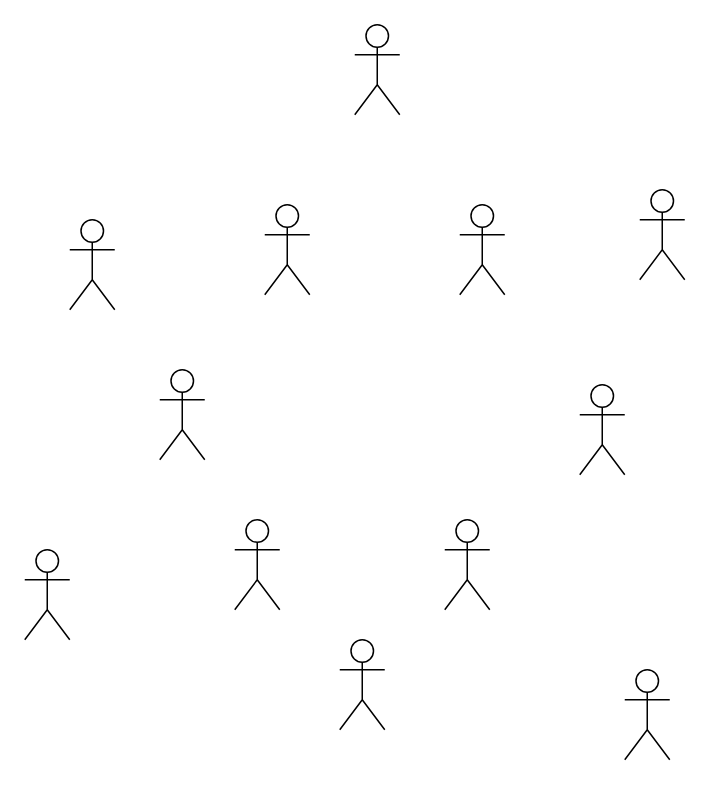
This is ethereum-research/consensus/consensus itself/blockchain context.drawio from 0xyicheng/a-research-diagram, a draw.io file, before an edit. Source tidied: cells renumbered, new cells numbered last; positions are measured from the earlier drawing's top-left corner, leaving out a move shared by most shapes. Both pictures are drawn from the tidied source at 150%, with x=0, y=0 at pixel (24, 24).
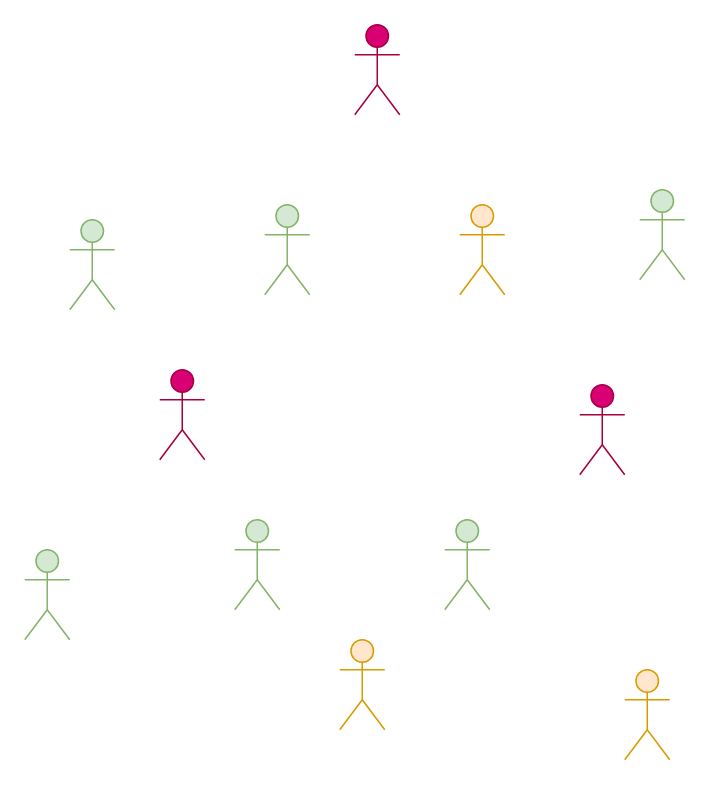
The same page after the edit.

What changed in the source:
```diff
@@
 <mxGraphModel>
   <root>
     <mxCell id="0" />
     <mxCell id="1" parent="0" />
-    <mxCell id="2" style="shape=umlActor;verticalLabelPosition=bottom;verticalAlign=top;html=1;" parent="1" vertex="1">
+    <mxCell id="2" style="shape=umlActor;verticalLabelPosition=bottom;verticalAlign=top;html=1;fillColor=#d80073;fontColor=#ffffff;strokeColor=#A50040;" parent="1" vertex="1">
       <mxGeometry x="90" y="230" width="30" height="60" as="geometry" />
     </mxCell>
-    <mxCell id="3" style="shape=umlActor;verticalLabelPosition=bottom;verticalAlign=top;html=1;" parent="1" vertex="1">
+    <mxCell id="3" style="shape=umlActor;verticalLabelPosition=bottom;verticalAlign=top;html=1;fillColor=#d5e8d4;strokeColor=#82b366;" parent="1" vertex="1">
       <mxGeometry x="140" y="330" width="30" height="60" as="geometry" />
     </mxCell>
-    <mxCell id="4" style="shape=umlActor;verticalLabelPosition=bottom;verticalAlign=top;html=1;" parent="1" vertex="1">
+    <mxCell id="4" style="shape=umlActor;verticalLabelPosition=bottom;verticalAlign=top;html=1;fillColor=#d5e8d4;strokeColor=#82b366;" parent="1" vertex="1">
       <mxGeometry x="160" y="120" width="30" height="60" as="geometry" />
     </mxCell>
-    <mxCell id="5" style="shape=umlActor;verticalLabelPosition=bottom;verticalAlign=top;html=1;" parent="1" vertex="1">
+    <mxCell id="5" style="shape=umlActor;verticalLabelPosition=bottom;verticalAlign=top;html=1;fillColor=#ffe6cc;strokeColor=#d79b00;" parent="1" vertex="1">
       <mxGeometry x="290" y="120" width="30" height="60" as="geometry" />
     </mxCell>
-    <mxCell id="6" style="shape=umlActor;verticalLabelPosition=bottom;verticalAlign=top;html=1;" parent="1" vertex="1">
+    <mxCell id="6" style="shape=umlActor;verticalLabelPosition=bottom;verticalAlign=top;html=1;fillColor=#d5e8d4;strokeColor=#82b366;" parent="1" vertex="1">
       <mxGeometry x="280" y="330" width="30" height="60" as="geometry" />
     </mxCell>
-    <mxCell id="7" style="shape=umlActor;verticalLabelPosition=bottom;verticalAlign=top;html=1;" parent="1" vertex="1">
+    <mxCell id="7" style="shape=umlActor;verticalLabelPosition=bottom;verticalAlign=top;html=1;fillColor=#d80073;fontColor=#ffffff;strokeColor=#A50040;" parent="1" vertex="1">
       <mxGeometry x="370" y="240" width="30" height="60" as="geometry" />
     </mxCell>
-    <mxCell id="8" style="shape=umlActor;verticalLabelPosition=bottom;verticalAlign=top;html=1;" parent="1" vertex="1">
+    <mxCell id="8" style="shape=umlActor;verticalLabelPosition=bottom;verticalAlign=top;html=1;fillColor=#ffe6cc;strokeColor=#d79b00;" parent="1" vertex="1">
       <mxGeometry x="210" y="410" width="30" height="60" as="geometry" />
     </mxCell>
-    <mxCell id="9" style="shape=umlActor;verticalLabelPosition=bottom;verticalAlign=top;html=1;" parent="1" vertex="1">
+    <mxCell id="9" style="shape=umlActor;verticalLabelPosition=bottom;verticalAlign=top;html=1;fillColor=#d5e8d4;strokeColor=#82b366;" parent="1" vertex="1">
       <mxGeometry y="350" width="30" height="60" as="geometry" />
     </mxCell>
-    <mxCell id="10" style="shape=umlActor;verticalLabelPosition=bottom;verticalAlign=top;html=1;" parent="1" vertex="1">
+    <mxCell id="10" style="shape=umlActor;verticalLabelPosition=bottom;verticalAlign=top;html=1;fillColor=#d5e8d4;strokeColor=#82b366;" parent="1" vertex="1">
       <mxGeometry x="30" y="130" width="30" height="60" as="geometry" />
     </mxCell>
-    <mxCell id="11" style="shape=umlActor;verticalLabelPosition=bottom;verticalAlign=top;html=1;" parent="1" vertex="1">
+    <mxCell id="11" style="shape=umlActor;verticalLabelPosition=bottom;verticalAlign=top;html=1;fillColor=#d5e8d4;strokeColor=#82b366;" parent="1" vertex="1">
       <mxGeometry x="410" y="110" width="30" height="60" as="geometry" />
     </mxCell>
-    <mxCell id="12" style="shape=umlActor;verticalLabelPosition=bottom;verticalAlign=top;html=1;" parent="1" vertex="1">
+    <mxCell id="12" style="shape=umlActor;verticalLabelPosition=bottom;verticalAlign=top;html=1;fillColor=#d80073;fontColor=#ffffff;strokeColor=#A50040;" parent="1" vertex="1">
       <mxGeometry x="220" width="30" height="60" as="geometry" />
     </mxCell>
-    <mxCell id="13" style="shape=umlActor;verticalLabelPosition=bottom;verticalAlign=top;html=1;" parent="1" vertex="1">
+    <mxCell id="13" style="shape=umlActor;verticalLabelPosition=bottom;verticalAlign=top;html=1;fillColor=#ffe6cc;strokeColor=#d79b00;" parent="1" vertex="1">
       <mxGeometry x="400" y="430" width="30" height="60" as="geometry" />
     </mxCell>
   </root>
 </mxGraphModel>
```
